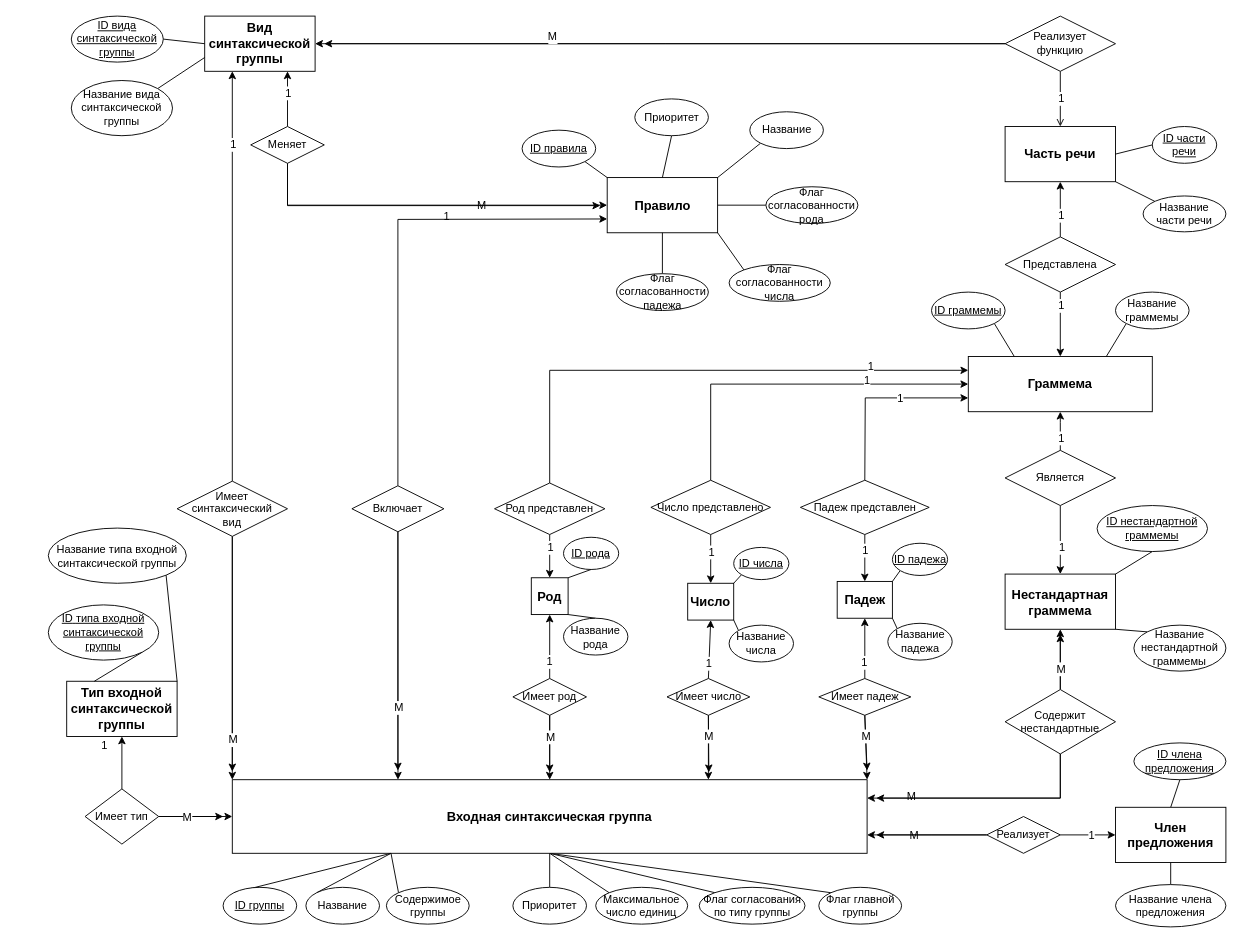
The draw.io diagram Infological.drawio in DMfananddu/Diploma, before the edit. Source tidied: cells renumbered, new cells numbered last; positions are measured from the earlier drawing's top-left corner, leaving out a move shared by most shapes. Both pictures are drawn from the tidied source at 92%, with x=0, y=0 at pixel (48, 16).
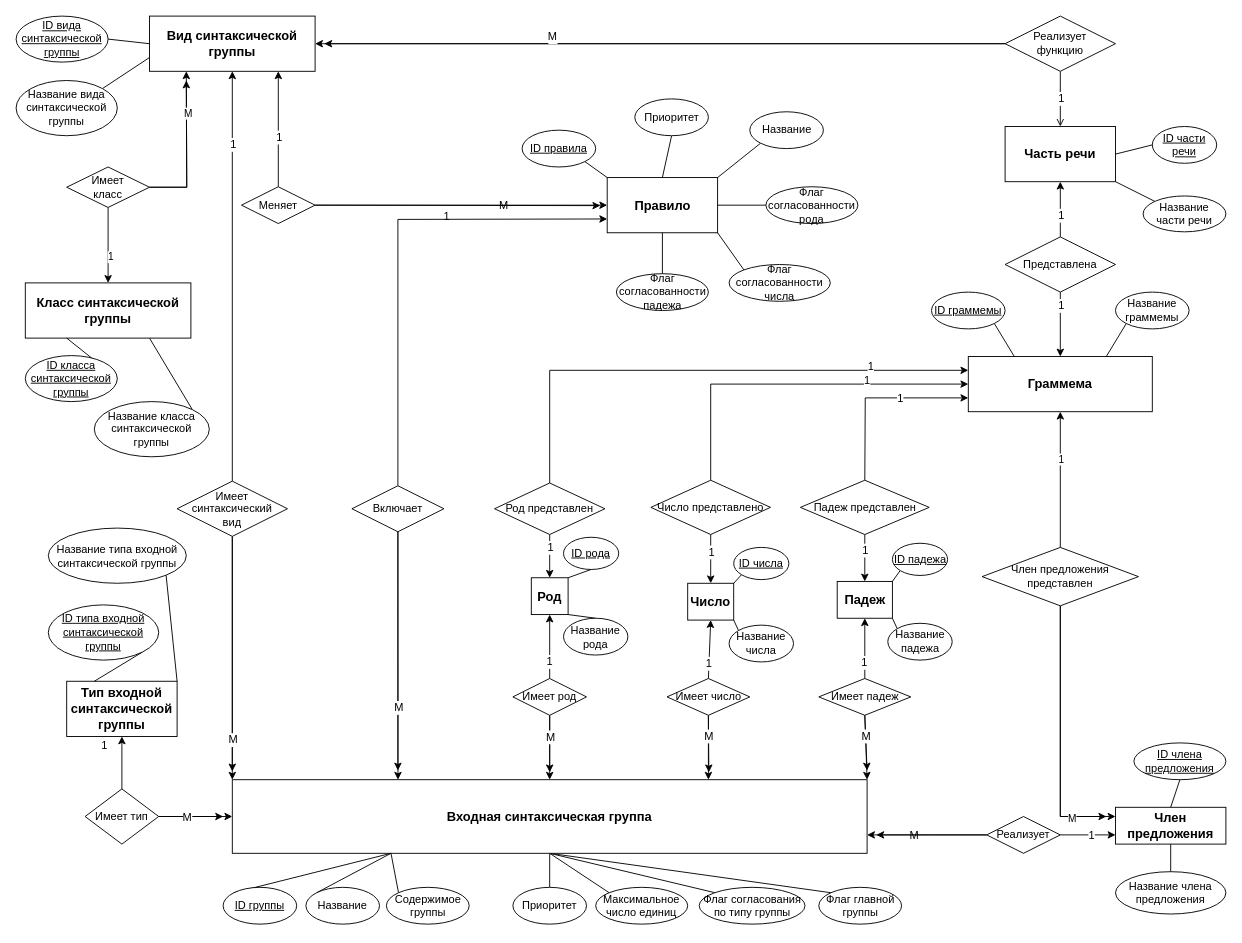
After the change.

Unchanged cells that the change refers to:
```xml
<mxCell id="6" value="Входная синтаксическая группа" style="rounded=0;whiteSpace=wrap;html=1;fontSize=14;fontStyle=1;" parent="1" vertex="1">
  <mxGeometry x="200" y="830" width="690" height="80" as="geometry" />
</mxCell>
<mxCell id="34" value="Правило" style="rounded=0;whiteSpace=wrap;html=1;fontSize=14;fontStyle=1;" parent="1" vertex="1">
  <mxGeometry x="607.5" y="175.5" width="120" height="60" as="geometry" />
</mxCell>
<mxCell id="71" value="Реализует" style="rhombus;whiteSpace=wrap;html=1;" parent="1" vertex="1">
  <mxGeometry x="1020" y="870" width="80" height="40" as="geometry" />
</mxCell>
<mxCell id="86" value="Граммема" style="rounded=0;whiteSpace=wrap;html=1;fontSize=14;fontStyle=1;" parent="1" vertex="1">
  <mxGeometry x="1000" y="370" width="200" height="60" as="geometry" />
</mxCell>
<mxCell id="160" value="Имеет синтаксический &lt;br&gt;вид" style="rhombus;whiteSpace=wrap;html=1;" parent="1" vertex="1">
  <mxGeometry x="140" y="505.5" width="120" height="60" as="geometry" />
</mxCell>
```

Change to the diagram source:
```diff
@@
-    <mxCell id="47" style="edgeStyle=none;rounded=0;jettySize=auto;html=1;exitX=0.5;exitY=0;exitDx=0;exitDy=0;entryX=0.75;entryY=1;entryDx=0;entryDy=0;endArrow=classic;endFill=1;" parent="1" edge="1" source="52" target="53">
-      <mxGeometry relative="1" as="geometry" />
+    <mxCell id="47" style="edgeStyle=none;rounded=0;jettySize=auto;html=1;exitX=0.5;exitY=0;exitDx=0;exitDy=0;endArrow=classic;endFill=1;" parent="1" edge="1" source="52">
+      <mxGeometry relative="1" as="geometry">
+        <mxPoint x="250" y="60" as="targetPoint" />
+      </mxGeometry>
     </mxCell>
@@
-    <mxCell id="49" style="edgeStyle=orthogonalEdgeStyle;rounded=0;jettySize=auto;html=1;endArrow=classic;endFill=1;entryX=0;entryY=0.5;entryDx=0;entryDy=0;exitX=0.5;exitY=1;exitDx=0;exitDy=0;" parent="1" edge="1" source="52" target="34">
+    <mxCell id="49" style="edgeStyle=orthogonalEdgeStyle;rounded=0;jettySize=auto;html=1;endArrow=classic;endFill=1;entryX=0;entryY=0.5;entryDx=0;entryDy=0;exitX=1;exitY=0.5;exitDx=0;exitDy=0;" parent="1" edge="1" source="52" target="34">
       <mxGeometry relative="1" as="geometry">
         <Array as="points">
-          <mxPoint x="260" y="206" />
+          <mxPoint x="310" y="206" />
+          <mxPoint x="310" y="206" />
         </Array>
       </mxGeometry>
     </mxCell>
-    <mxCell id="50" style="edgeStyle=none;rounded=0;jettySize=auto;html=1;exitX=0.5;exitY=1;exitDx=0;exitDy=0;endArrow=classic;endFill=1;" parent="1" edge="1" source="52">
+    <mxCell id="50" style="edgeStyle=none;rounded=0;jettySize=auto;html=1;exitX=1;exitY=0.5;exitDx=0;exitDy=0;endArrow=classic;endFill=1;" parent="1" edge="1" source="52">
       <mxGeometry relative="1" as="geometry">
         <mxPoint x="600" y="206" as="targetPoint" />
-        <Array as="points">
-          <mxPoint x="260" y="206" />
-        </Array>
       </mxGeometry>
     </mxCell>
@@
     <mxCell id="52" value="Меняет" style="rhombus;whiteSpace=wrap;html=1;" parent="1" vertex="1">
-      <mxGeometry x="220" y="120" width="80" height="40" as="geometry" />
+      <mxGeometry x="210" y="185.5" width="80" height="40" as="geometry" />
     </mxCell>
     <mxCell id="53" value="Вид синтаксической группы" style="rounded=0;whiteSpace=wrap;html=1;fontSize=14;fontStyle=1;" parent="1" vertex="1">
-      <mxGeometry x="170" width="120" height="60" as="geometry" />
+      <mxGeometry x="110" width="180" height="60" as="geometry" />
     </mxCell>
@@
     <mxCell id="55" value="&lt;u&gt;ID вида синтаксической группы&lt;/u&gt;" style="ellipse;whiteSpace=wrap;html=1;" parent="1" vertex="1">
-      <mxGeometry x="25" width="100" height="50" as="geometry" />
+      <mxGeometry x="-35" width="100" height="50" as="geometry" />
     </mxCell>
@@
     <mxCell id="57" value="Название вида синтаксической группы" style="ellipse;whiteSpace=wrap;html=1;" parent="1" vertex="1">
-      <mxGeometry x="25" y="70" width="110" height="60" as="geometry" />
+      <mxGeometry x="-35" y="70" width="110" height="60" as="geometry" />
     </mxCell>
-    <mxCell id="58" style="edgeStyle=none;rounded=0;jettySize=auto;html=1;exitX=0.5;exitY=0;exitDx=0;exitDy=0;entryX=0.25;entryY=1;entryDx=0;entryDy=0;endArrow=classic;endFill=1;" parent="1" edge="1" source="160" target="53">
+    <mxCell id="58" style="edgeStyle=none;rounded=0;jettySize=auto;html=1;exitX=0.5;exitY=0;exitDx=0;exitDy=0;entryX=0.5;entryY=1;entryDx=0;entryDy=0;endArrow=classic;endFill=1;" parent="1" edge="1" source="160" target="53">
       <mxGeometry relative="1" as="geometry" />
     </mxCell>
@@
     <mxCell id="65" value="Член предложения" style="rounded=0;whiteSpace=wrap;html=1;fontSize=14;fontStyle=1;" parent="1" vertex="1">
-      <mxGeometry x="1160" y="860" width="120" height="60" as="geometry" />
+      <mxGeometry x="1160" y="860" width="120" height="40" as="geometry" />
     </mxCell>
@@
-    <mxCell id="67" style="edgeStyle=none;rounded=0;jettySize=auto;html=1;exitX=1;exitY=0.5;exitDx=0;exitDy=0;entryX=0;entryY=0.5;entryDx=0;entryDy=0;endArrow=classic;endFill=1;" parent="1" edge="1" source="71" target="65">
+    <mxCell id="67" style="edgeStyle=none;rounded=0;jettySize=auto;html=1;exitX=1;exitY=0.5;exitDx=0;exitDy=0;entryX=0;entryY=0.75;entryDx=0;entryDy=0;endArrow=classic;endFill=1;" parent="1" edge="1" source="71" target="65">
       <mxGeometry relative="1" as="geometry" />
     </mxCell>
@@
     <mxCell id="73" value="Название члена предложения" style="ellipse;whiteSpace=wrap;html=1;" parent="1" vertex="1">
-      <mxGeometry x="1160" y="944" width="120" height="46" as="geometry" />
+      <mxGeometry x="1160" y="930" width="120" height="46" as="geometry" />
     </mxCell>
-    <mxCell id="74" style="edgeStyle=orthogonalEdgeStyle;rounded=0;jettySize=auto;html=1;entryX=1;entryY=0.25;entryDx=0;entryDy=0;endArrow=classic;endFill=1;exitX=0.5;exitY=1;exitDx=0;exitDy=0;" parent="1" edge="1" source="80" target="6">
-      <mxGeometry relative="1" as="geometry">
-        <Array as="points">
-          <mxPoint x="1100" y="850" />
-        </Array>
-      </mxGeometry>
-    </mxCell>
-    <mxCell id="75" style="edgeStyle=none;rounded=0;jettySize=auto;html=1;exitX=0.5;exitY=0;exitDx=0;exitDy=0;entryX=0.5;entryY=1;entryDx=0;entryDy=0;endArrow=classic;endFill=1;" parent="1" edge="1" source="80" target="81">
-      <mxGeometry relative="1" as="geometry" />
-    </mxCell>
-    <mxCell id="76" style="edgeStyle=orthogonalEdgeStyle;rounded=0;jettySize=auto;html=1;exitX=0.5;exitY=0;exitDx=0;exitDy=0;startArrow=none;startFill=0;endArrow=classic;endFill=1;" parent="1" edge="1" source="80">
-      <mxGeometry relative="1" as="geometry">
-        <mxPoint x="1100" y="672" as="targetPoint" />
-      </mxGeometry>
-    </mxCell>
-    <mxCell id="77" value="М" style="text;html=1;align=center;verticalAlign=middle;labelBackgroundColor=#ffffff;" parent="76" vertex="1">
-      <mxGeometry x="-0.24" relative="1" as="geometry" />
-    </mxCell>
-    <mxCell id="78" style="edgeStyle=none;rounded=0;jettySize=auto;html=1;exitX=0.5;exitY=1;exitDx=0;exitDy=0;" parent="1" edge="1" source="80">
-      <mxGeometry relative="1" as="geometry">
-        <mxPoint x="900" y="850" as="targetPoint" />
-        <Array as="points">
-          <mxPoint x="1100" y="850" />
-        </Array>
-      </mxGeometry>
-    </mxCell>
-    <mxCell id="79" value="М" style="text;html=1;align=center;verticalAlign=middle;" parent="78" vertex="1">
-      <mxGeometry x="0.7" y="-2" relative="1" as="geometry" />
-    </mxCell>
-    <mxCell id="80" value="Содержит нестандартные&lt;br&gt;" style="rhombus;whiteSpace=wrap;html=1;" parent="1" vertex="1">
-      <mxGeometry x="1040" y="732" width="120" height="70" as="geometry" />
-    </mxCell>
-    <mxCell id="81" value="Нестандартная граммема" style="rounded=0;whiteSpace=wrap;html=1;fontSize=14;fontStyle=1;" parent="1" vertex="1">
-      <mxGeometry x="1040" y="606.5" width="120" height="60" as="geometry" />
-    </mxCell>
-    <mxCell id="82" style="edgeStyle=none;rounded=0;jettySize=auto;html=1;exitX=0.5;exitY=1;exitDx=0;exitDy=0;entryX=1;entryY=0;entryDx=0;entryDy=0;endArrow=none;endFill=0;" parent="1" edge="1" source="83" target="81">
-      <mxGeometry relative="1" as="geometry" />
-    </mxCell>
-    <mxCell id="83" value="&lt;u&gt;ID нестандартной граммемы&lt;/u&gt;" style="ellipse;whiteSpace=wrap;html=1;" parent="1" vertex="1">
-      <mxGeometry x="1140" y="532" width="120" height="50" as="geometry" />
-    </mxCell>
-    <mxCell id="84" style="edgeStyle=none;rounded=0;jettySize=auto;html=1;exitX=0;exitY=0;exitDx=0;exitDy=0;entryX=1;entryY=1;entryDx=0;entryDy=0;endArrow=none;endFill=0;" parent="1" edge="1" source="85" target="81">
-      <mxGeometry relative="1" as="geometry" />
-    </mxCell>
-    <mxCell id="85" value="Название нестандартной граммемы" style="ellipse;whiteSpace=wrap;html=1;" parent="1" vertex="1">
-      <mxGeometry x="1180" y="662" width="100" height="50" as="geometry" />
-    </mxCell>
@@
-    <mxCell id="87" style="edgeStyle=none;rounded=0;jettySize=auto;html=1;exitX=0.5;exitY=1;exitDx=0;exitDy=0;entryX=0.5;entryY=0;entryDx=0;entryDy=0;endArrow=classic;endFill=1;" parent="1" edge="1" source="91" target="81">
-      <mxGeometry relative="1" as="geometry" />
-    </mxCell>
-    <mxCell id="88" value="1" style="text;html=1;align=center;verticalAlign=middle;labelBackgroundColor=#ffffff;" parent="87" vertex="1">
-      <mxGeometry x="0.21" y="1" relative="1" as="geometry" />
-    </mxCell>
-    <mxCell id="89" style="edgeStyle=orthogonalEdgeStyle;rounded=0;jettySize=auto;html=1;exitX=0.5;exitY=0;exitDx=0;exitDy=0;entryX=0.5;entryY=1;entryDx=0;entryDy=0;endArrow=classic;endFill=1;" parent="1" edge="1" source="91" target="86">
-      <mxGeometry relative="1" as="geometry">
-        <Array as="points">
-          <mxPoint x="1100" y="442" />
-          <mxPoint x="1100" y="442" />
-        </Array>
-      </mxGeometry>
-    </mxCell>
-    <mxCell id="90" value="1" style="text;html=1;align=center;verticalAlign=middle;labelBackgroundColor=#ffffff;" parent="89" vertex="1">
-      <mxGeometry x="0.33" relative="1" as="geometry">
-        <mxPoint y="14.3" as="offset" />
-      </mxGeometry>
-    </mxCell>
-    <mxCell id="91" value="Является" style="rhombus;whiteSpace=wrap;html=1;" parent="1" vertex="1">
-      <mxGeometry x="1040" y="472" width="120" height="60" as="geometry" />
-    </mxCell>
@@
+    <mxCell id="161" value="Класс синтаксической группы" style="rounded=0;whiteSpace=wrap;html=1;fontSize=14;fontStyle=1;" parent="1" vertex="1">
+      <mxGeometry x="-25" y="290" width="180" height="60" as="geometry" />
+    </mxCell>
+    <mxCell id="162" style="edgeStyle=orthogonalEdgeStyle;rounded=0;jettySize=auto;html=1;exitX=0.5;exitY=1;exitDx=0;exitDy=0;entryX=0.5;entryY=0;entryDx=0;entryDy=0;" parent="1" edge="1" source="167" target="161">
+      <mxGeometry relative="1" as="geometry" />
+    </mxCell>
+    <mxCell id="163" value="1" style="edgeLabel;html=1;align=center;verticalAlign=middle;" parent="162" vertex="1">
+      <mxGeometry x="0.29" y="2" relative="1" as="geometry" />
+    </mxCell>
+    <mxCell id="164" style="edgeStyle=orthogonalEdgeStyle;rounded=0;jettySize=auto;html=1;exitX=1;exitY=0.5;exitDx=0;exitDy=0;" parent="1" edge="1" source="167">
+      <mxGeometry relative="1" as="geometry">
+        <mxPoint x="150" y="60" as="targetPoint" />
+      </mxGeometry>
+    </mxCell>
+    <mxCell id="165" style="edgeStyle=orthogonalEdgeStyle;rounded=0;jettySize=auto;html=1;exitX=1;exitY=0.5;exitDx=0;exitDy=0;" parent="1" edge="1" source="167">
+      <mxGeometry relative="1" as="geometry">
+        <mxPoint x="150" y="70" as="targetPoint" />
+      </mxGeometry>
+    </mxCell>
+    <mxCell id="166" value="М" style="edgeLabel;html=1;align=center;verticalAlign=middle;" parent="165" vertex="1">
+      <mxGeometry x="0.55" y="-1" relative="1" as="geometry" />
+    </mxCell>
+    <mxCell id="167" value="Имеет&lt;br&gt;класс" style="rhombus;whiteSpace=wrap;html=1;" parent="1" vertex="1">
+      <mxGeometry x="20" y="164" width="90" height="44" as="geometry" />
+    </mxCell>
+    <mxCell id="168" style="edgeStyle=none;rounded=0;jettySize=auto;html=1;exitX=1;exitY=0.5;exitDx=0;exitDy=0;entryX=0.25;entryY=1;entryDx=0;entryDy=0;endArrow=none;endFill=0;" parent="1" edge="1" source="169" target="161">
+      <mxGeometry relative="1" as="geometry" />
+    </mxCell>
+    <mxCell id="169" value="&lt;u&gt;ID класса синтаксической группы&lt;/u&gt;" style="ellipse;whiteSpace=wrap;html=1;" parent="1" vertex="1">
+      <mxGeometry x="-25" y="369" width="100" height="50" as="geometry" />
+    </mxCell>
+    <mxCell id="170" style="edgeStyle=none;rounded=0;jettySize=auto;html=1;exitX=1;exitY=0;exitDx=0;exitDy=0;entryX=0.75;entryY=1;entryDx=0;entryDy=0;endArrow=none;endFill=0;" parent="1" edge="1" source="171" target="161">
+      <mxGeometry relative="1" as="geometry" />
+    </mxCell>
+    <mxCell id="171" value="Название класса синтаксической группы" style="ellipse;whiteSpace=wrap;html=1;" parent="1" vertex="1">
+      <mxGeometry x="50" y="419" width="125" height="60" as="geometry" />
+    </mxCell>
+    <mxCell id="172" style="edgeStyle=orthogonalEdgeStyle;rounded=0;jettySize=auto;html=1;exitX=0.5;exitY=0;exitDx=0;exitDy=0;entryX=0.5;entryY=1;entryDx=0;entryDy=0;" parent="1" edge="1" source="177" target="86">
+      <mxGeometry relative="1" as="geometry" />
+    </mxCell>
+    <mxCell id="173" value="1" style="edgeLabel;html=1;align=center;verticalAlign=middle;" parent="172" vertex="1">
+      <mxGeometry x="0.3" relative="1" as="geometry" />
+    </mxCell>
+    <mxCell id="174" style="edgeStyle=orthogonalEdgeStyle;rounded=0;jettySize=auto;html=1;exitX=0.5;exitY=1;exitDx=0;exitDy=0;entryX=0;entryY=0.25;entryDx=0;entryDy=0;" parent="1" edge="1" source="177" target="65">
+      <mxGeometry relative="1" as="geometry" />
+    </mxCell>
+    <mxCell id="175" style="edgeStyle=orthogonalEdgeStyle;rounded=0;jettySize=auto;html=1;exitX=0.5;exitY=1;exitDx=0;exitDy=0;" parent="1" edge="1" source="177">
+      <mxGeometry relative="1" as="geometry">
+        <mxPoint x="1150" y="870" as="targetPoint" />
+        <Array as="points">
+          <mxPoint x="1100" y="870" />
+        </Array>
+      </mxGeometry>
+    </mxCell>
+    <mxCell id="176" value="М" style="edgeLabel;html=1;align=center;verticalAlign=middle;" parent="175" vertex="1">
+      <mxGeometry x="0.64" y="12" relative="1" as="geometry">
+        <mxPoint x="12" y="13" as="offset" />
+      </mxGeometry>
+    </mxCell>
+    <mxCell id="177" value="Член предложения представлен" style="rhombus;whiteSpace=wrap;html=1;" parent="1" vertex="1">
+      <mxGeometry x="1015" y="577.5" width="170" height="63.5" as="geometry" />
+    </mxCell>
```
